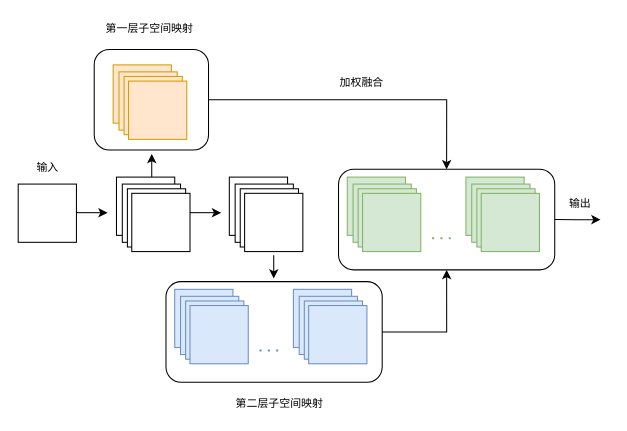
Before: 多层特征融合.drawio in Liz606/Liz-todos, a draw.io diagram. Source tidied: cells renumbered, new cells numbered last; positions are measured from the earlier drawing's top-left corner, leaving out a move shared by most shapes. Both pictures are drawn from the tidied source at 104%, with x=0, y=0 at pixel (18, 18).
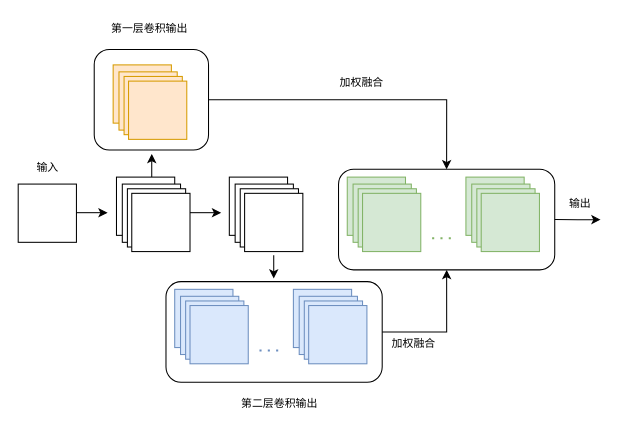
The same page after the edit.

Commit message:
更新多层特征融合.drawio

Change to the diagram source:
```diff
@@
-    <mxCell id="3" value="第一层子空间映射" style="text;html=1;align=center;verticalAlign=middle;fontSize=10.5;" parent="1" vertex="1">
-      <mxGeometry x="71" width="110" height="20" as="geometry" />
+    <mxCell id="3" value="第一层卷积输出" style="text;html=1;align=center;verticalAlign=middle;fontSize=10.5;" parent="1" vertex="1">
+      <mxGeometry x="76" width="100" height="20" as="geometry" />
     </mxCell>
-    <mxCell id="4" value="第二层子空间映射" style="text;html=1;align=center;verticalAlign=middle;fontSize=10.5;" parent="1" vertex="1">
-      <mxGeometry x="196" y="360" width="110" height="20" as="geometry" />
+    <mxCell id="4" value="第二层卷积输出" style="text;html=1;align=center;verticalAlign=middle;fontSize=10.5;" parent="1" vertex="1">
+      <mxGeometry x="201" y="360" width="100" height="20" as="geometry" />
     </mxCell>
@@
+    <mxCell id="48" value="加权融合" style="text;html=1;align=center;verticalAlign=middle;fontSize=10.5;" parent="1" vertex="1">
+      <mxGeometry x="350" y="303.4" width="60" height="20" as="geometry" />
+    </mxCell>
```
